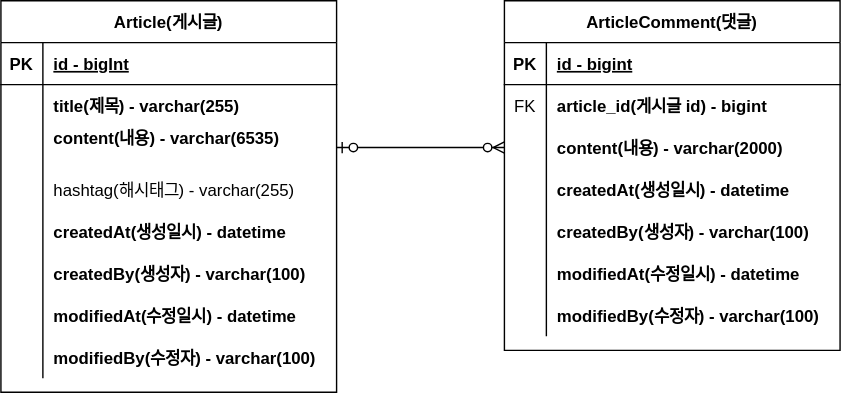
Before: document/project-board-erd.svg, a diagram exported from draw.io (InKyuHwang001/board-project). Source tidied: cells renumbered, new cells last; positions are measured from the earlier drawing's top-left corner, leaving out a move shared by most shapes.
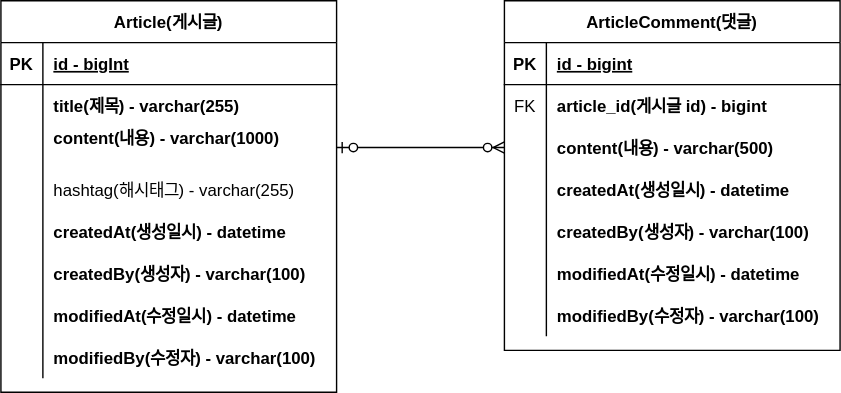
The same diagram one commit later.

Commit message:
#12 - erd 업데이트: content 사이즈 변경

What changed in the source:
```diff
@@ -29,7 +29,7 @@
     <mxCell id="10" style="shape=partialRectangle;overflow=hidden;fillColor=none;top=0;left=0;bottom=0;right=0;" parent="9" vertex="1">
       <mxGeometry width="30" height="30" as="geometry" />
     </mxCell>
-    <mxCell id="11" value="content(내용) - varchar(6535)&#10;" style="shape=partialRectangle;overflow=hidden;fillColor=none;top=0;left=0;bottom=0;right=0;align=left;spacingLeft=6;fontStyle=1;" parent="9" vertex="1">
+    <mxCell id="11" value="content(내용) - varchar(1000)&#10;" style="shape=partialRectangle;overflow=hidden;fillColor=none;top=0;left=0;bottom=0;right=0;align=left;spacingLeft=6;fontStyle=1;" parent="9" vertex="1">
       <mxGeometry x="30" width="210" height="30" as="geometry" />
     </mxCell>
     <mxCell id="12" style="shape=partialRectangle;fillColor=none;top=0;left=0;right=0;bottom=0;fontStyle=1;" parent="2" vertex="1">
@@ -104,7 +104,7 @@
     <mxCell id="35" style="shape=partialRectangle;overflow=hidden;fillColor=none;top=0;left=0;bottom=0;right=0;" parent="34" vertex="1">
       <mxGeometry width="30" height="30" as="geometry" />
     </mxCell>
-    <mxCell id="36" value="content(내용) - varchar(2000)" style="shape=partialRectangle;overflow=hidden;fillColor=none;top=0;left=0;bottom=0;right=0;align=left;spacingLeft=6;fontStyle=1;" parent="34" vertex="1">
+    <mxCell id="36" value="content(내용) - varchar(500)" style="shape=partialRectangle;overflow=hidden;fillColor=none;top=0;left=0;bottom=0;right=0;align=left;spacingLeft=6;fontStyle=1;" parent="34" vertex="1">
       <mxGeometry x="30" width="210" height="30" as="geometry" />
     </mxCell>
     <mxCell id="37" style="shape=partialRectangle;fillColor=none;top=0;left=0;right=0;bottom=0;" parent="27" vertex="1">
```
